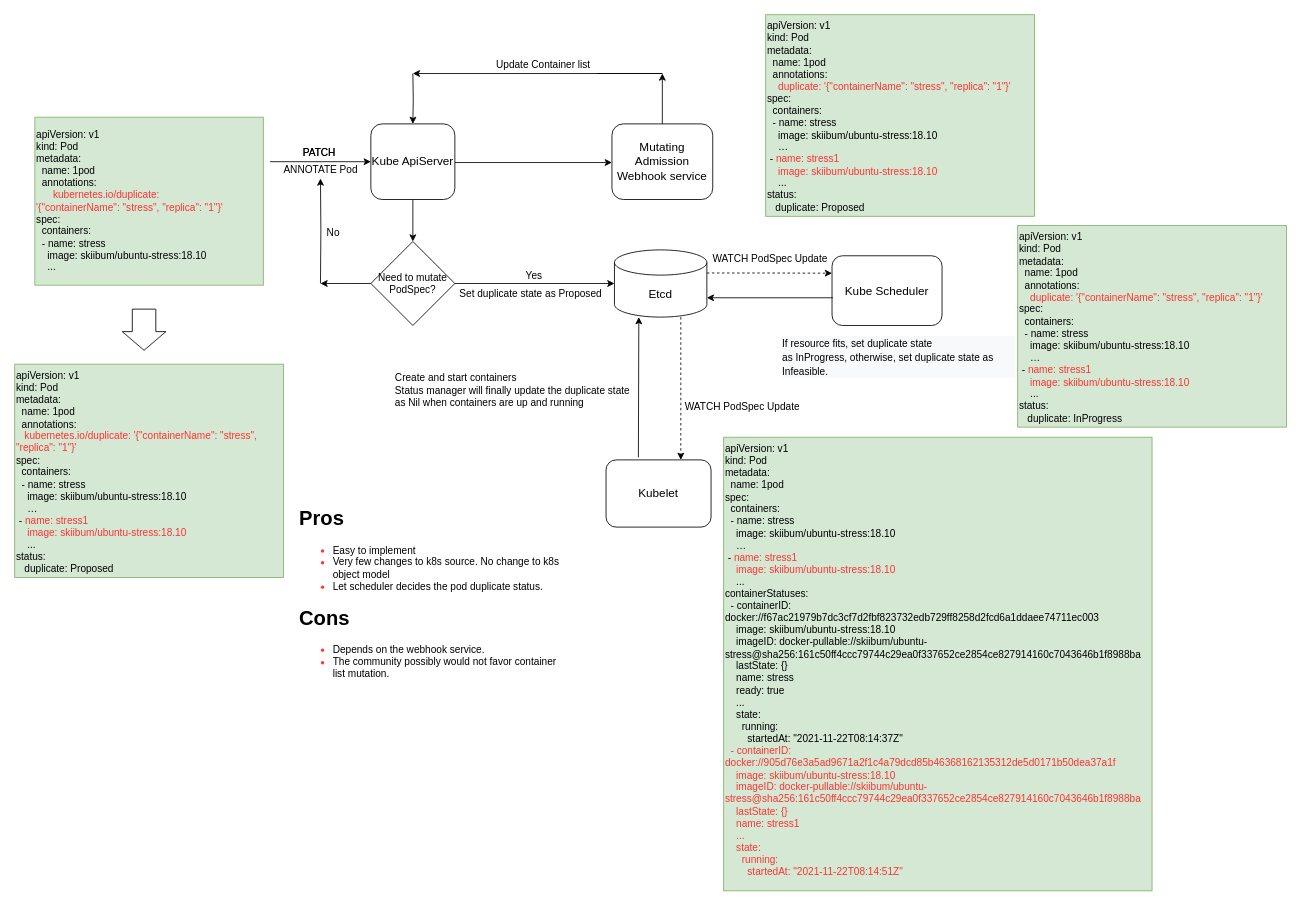
Above: page "option1: webhook" (1 of 4) of Untitled Diagram.drawio in ichbinblau/OTC_Work_Log (draw.io), before the change. Source tidied: cells renumbered, new cells numbered last; positions are measured from the earlier drawing's top-left corner, leaving out a move shared by most shapes. Both pictures are drawn from the tidied source at 84%, with x=0, y=0 at pixel (14, 14).
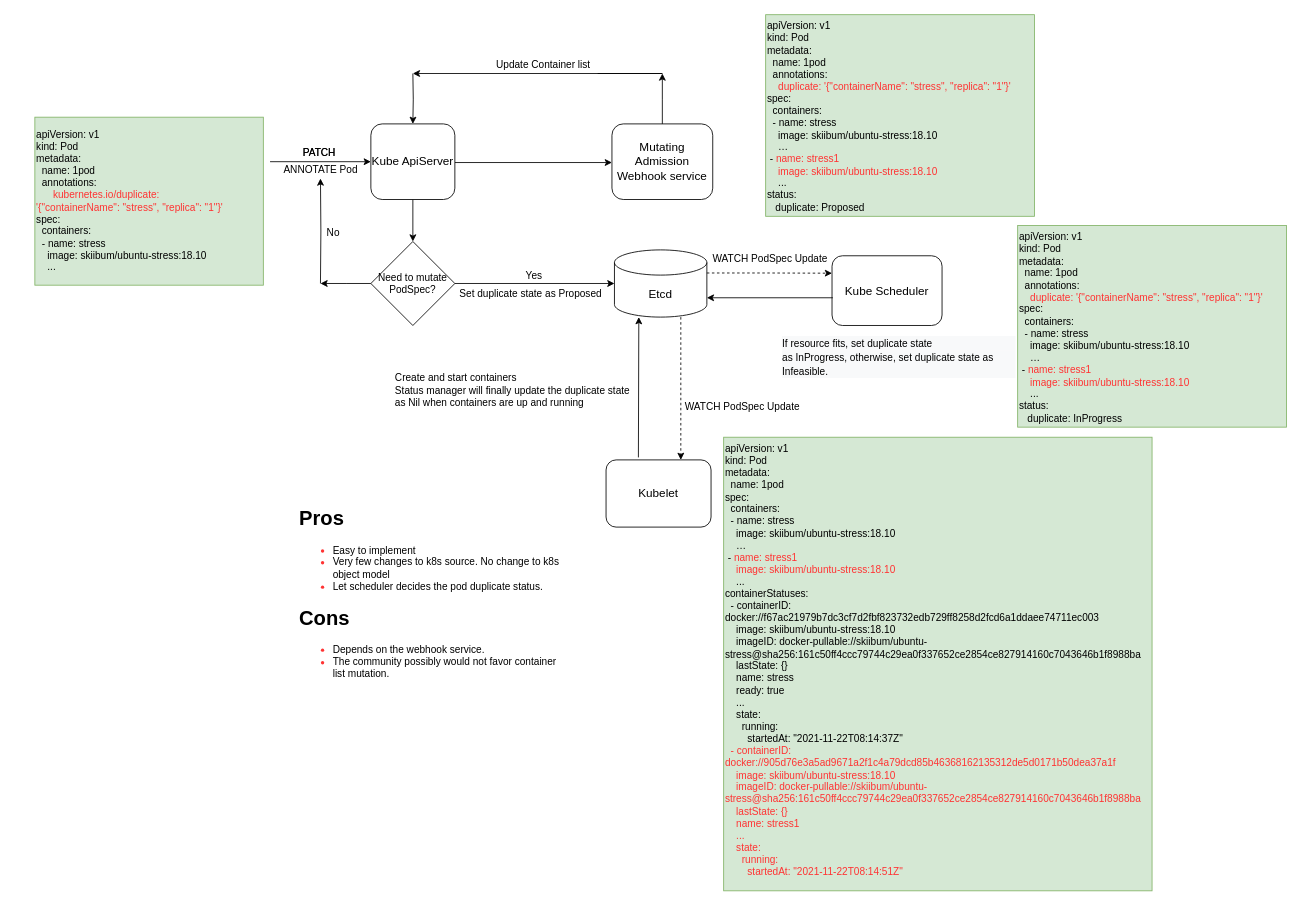
The same page after the edit.

Change to the diagram source:
```diff
@@
-    <mxCell id="37" value="apiVersion: v1&lt;br&gt;kind: Pod&lt;br&gt;metadata:&lt;br&gt;&amp;nbsp; name: 1pod&lt;br&gt;&amp;nbsp; annotations:&lt;br&gt;&lt;font color=&quot;#ff3333&quot;&gt;&amp;nbsp; &amp;nbsp;&lt;/font&gt;&lt;span style=&quot;color: rgb(255, 51, 51);&quot;&gt;kubernetes.io/&lt;/span&gt;&lt;font color=&quot;#ff3333&quot;&gt;duplicate: '{&quot;containerName&quot;: &quot;stress&quot;, &quot;replica&quot;: &quot;1&quot;}'&lt;br&gt;&lt;/font&gt;spec:&lt;br&gt;&amp;nbsp; containers:&lt;br&gt;&amp;nbsp; - name: stress&lt;br&gt;&amp;nbsp; &amp;nbsp; image: skiibum/ubuntu-stress:18.10&lt;br&gt;&amp;nbsp; &amp;nbsp; …&lt;br&gt;&amp;nbsp;- &lt;font color=&quot;#ff3333&quot;&gt;name: stress1&lt;br&gt;&amp;nbsp; &amp;nbsp; image: skiibum/ubuntu-stress:18.10&lt;/font&gt;&lt;br&gt;&amp;nbsp; &amp;nbsp; ...&lt;br&gt;&lt;div&gt;status:&lt;/div&gt;&lt;div&gt;&amp;nbsp; &amp;nbsp;duplicate: Proposed&lt;/div&gt;" style="text;whiteSpace=wrap;html=1;fontSize=12;fontFamily=Helvetica;fillColor=#d5e8d4;strokeColor=#82b366;" parent="1" vertex="1">
-      <mxGeometry y="416" width="320" height="254" as="geometry" />
-    </mxCell>
-    <mxCell id="38" style="shape=flexArrow;endArrow=classic;html=1;rounded=0;endWidth=23;endSize=7.07;width=28;" parent="1" edge="1">
-      <mxGeometry relative="1" as="geometry">
-        <mxPoint x="154" y="350" as="sourcePoint" />
-        <mxPoint x="154" y="400" as="targetPoint" />
-      </mxGeometry>
-    </mxCell>
```
